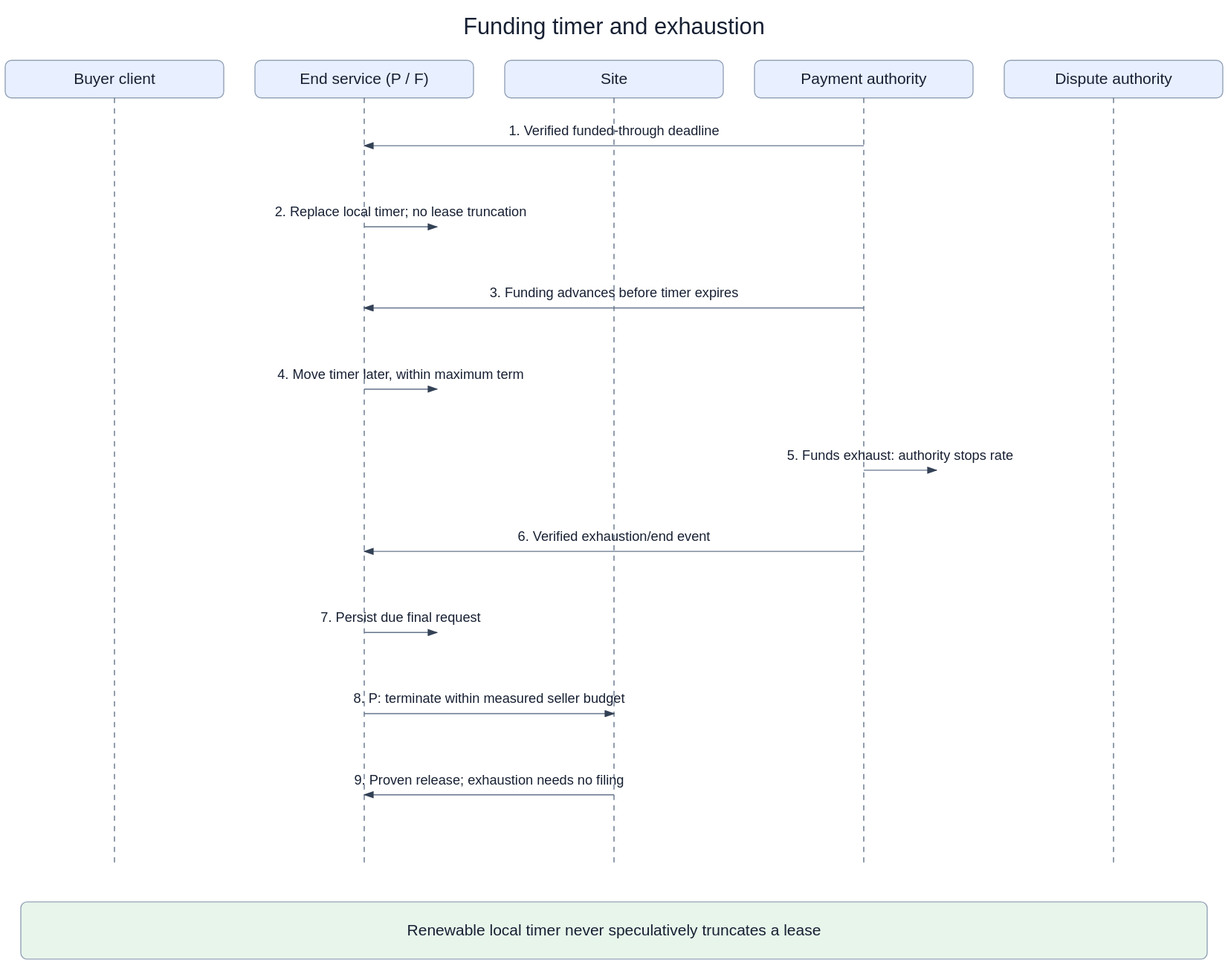
Earlier version of the draw.io export openspec/changes/converge-ongoing-compute-leases/diagrams/06-funds-exhausted.svg (arkhai-io/simple-compute-market). Source tidied: cells renumbered, new cells last; positions are measured from the earlier drawing's top-left corner, leaving out a move shared by most shapes.
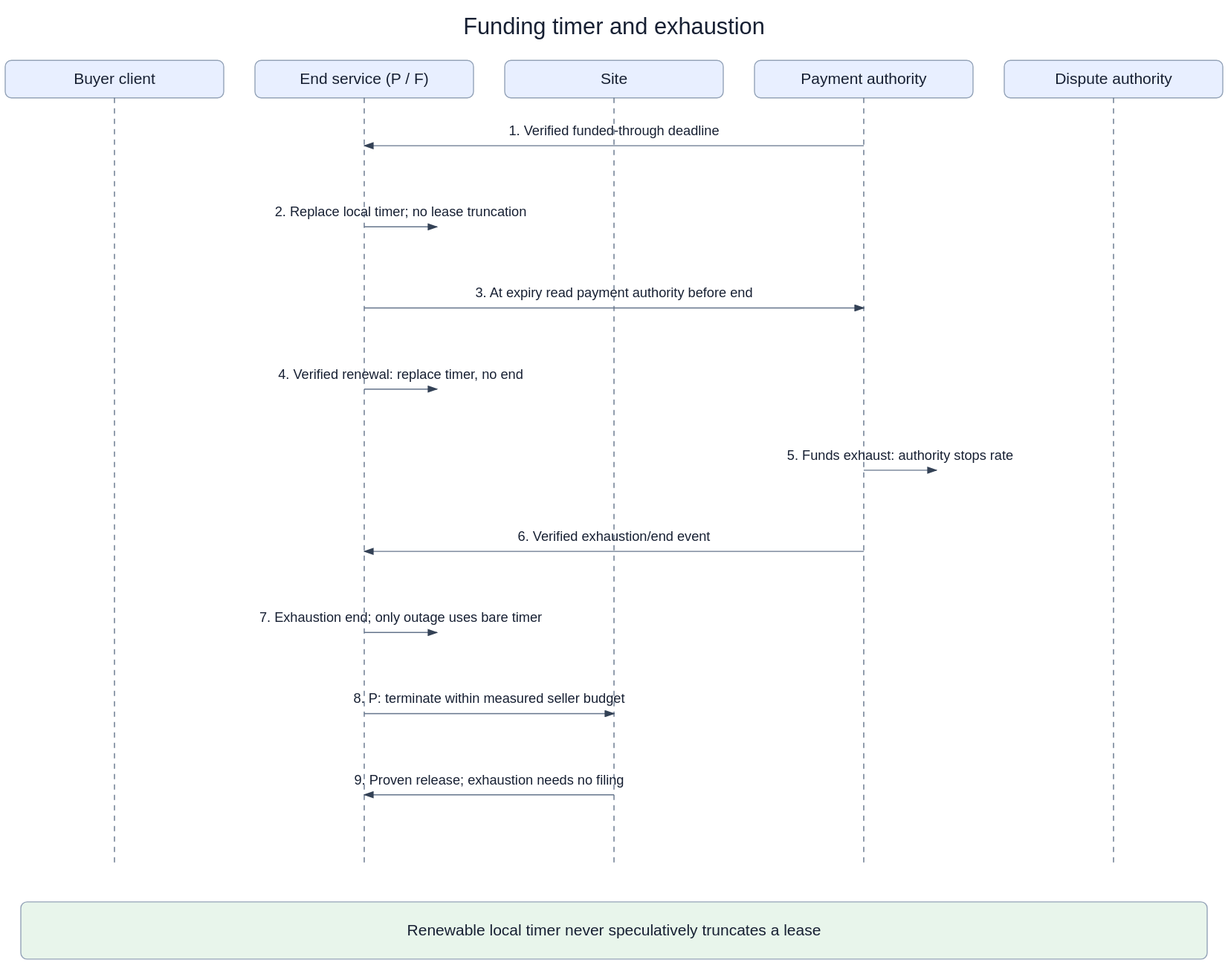
The same file after the commit.

Diff of the diagram source:
```diff
@@ -62,13 +62,13 @@
         <mxPoint x="415" y="208" as="targetPoint" />
       </mxGeometry>
     </mxCell>
-    <mxCell id="15" value="3. Funding advances before timer expires" style="endArrow=block;fontSize=13;labelBackgroundColor=#ffffff;" parent="1" edge="1">
+    <mxCell id="15" value="3. At expiry read payment authority before end" style="endArrow=block;fontSize=13;labelBackgroundColor=#ffffff;" parent="1" edge="1">
       <mxGeometry relative="1" as="geometry">
-        <mxPoint x="825" y="286" as="sourcePoint" />
-        <mxPoint x="345" y="286" as="targetPoint" />
+        <mxPoint x="345" y="286" as="sourcePoint" />
+        <mxPoint x="825" y="286" as="targetPoint" />
       </mxGeometry>
     </mxCell>
-    <mxCell id="16" value="4. Move timer later, within maximum term" style="endArrow=block;fontSize=13;labelBackgroundColor=#ffffff;" parent="1" edge="1">
+    <mxCell id="16" value="4. Verified renewal: replace timer, no end" style="endArrow=block;fontSize=13;labelBackgroundColor=#ffffff;" parent="1" edge="1">
       <mxGeometry relative="1" as="geometry">
         <mxPoint x="345" y="364" as="sourcePoint" />
         <mxPoint x="415" y="364" as="targetPoint" />
@@ -86,7 +86,7 @@
         <mxPoint x="345" y="520" as="targetPoint" />
       </mxGeometry>
     </mxCell>
-    <mxCell id="19" value="7. Persist due final request" style="endArrow=block;fontSize=13;labelBackgroundColor=#ffffff;" parent="1" edge="1">
+    <mxCell id="19" value="7. Exhaustion end; only outage uses bare timer" style="endArrow=block;fontSize=13;labelBackgroundColor=#ffffff;" parent="1" edge="1">
       <mxGeometry relative="1" as="geometry">
         <mxPoint x="345" y="598" as="sourcePoint" />
         <mxPoint x="415" y="598" as="targetPoint" />
```
